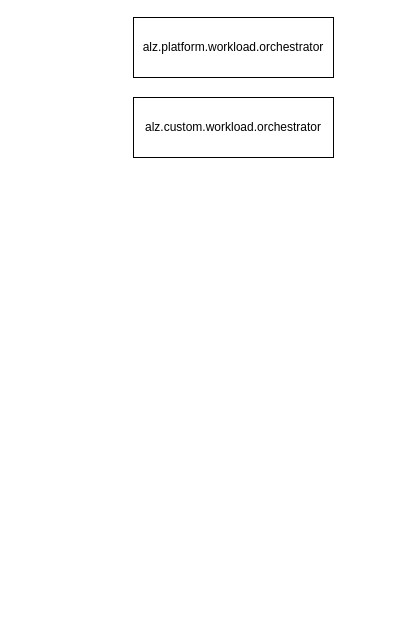
This is page "Page-7" (9 of 10) of docs/diagrams/plt-release_engine-common.drawio from thecloudexplorers/release-engine, a draw.io file, before an edit. Source tidied: cells renumbered, new cells numbered last; positions are measured from the earlier drawing's top-left corner, leaving out a move shared by most shapes. Both pictures are drawn from the tidied source at 100%, with x=0, y=0 at pixel (133, 17).
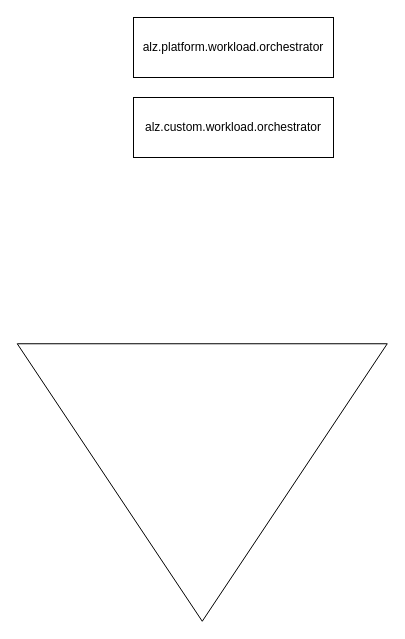
The same page after the edit.

The edit, as a diff of the source:
```diff
@@
 <mxGraphModel>
   <root>
     <mxCell id="0" />
     <mxCell id="1" parent="0" />
     <mxCell id="2" value="alz.platform.workload.orchestrator" style="rounded=0;whiteSpace=wrap;html=1;" parent="1" vertex="1">
       <mxGeometry width="200" height="60" as="geometry" />
     </mxCell>
     <mxCell id="3" value="alz.custom.workload.orchestrator" style="rounded=0;whiteSpace=wrap;html=1;" parent="1" vertex="1">
       <mxGeometry y="80" width="200" height="60" as="geometry" />
     </mxCell>
+    <mxCell id="4" style="triangle;whiteSpace=wrap;html=1;rotation=90;" parent="1" vertex="1">
+      <mxGeometry x="-70" y="280" width="277.5" height="370" as="geometry" />
+    </mxCell>
   </root>
 </mxGraphModel>
```
